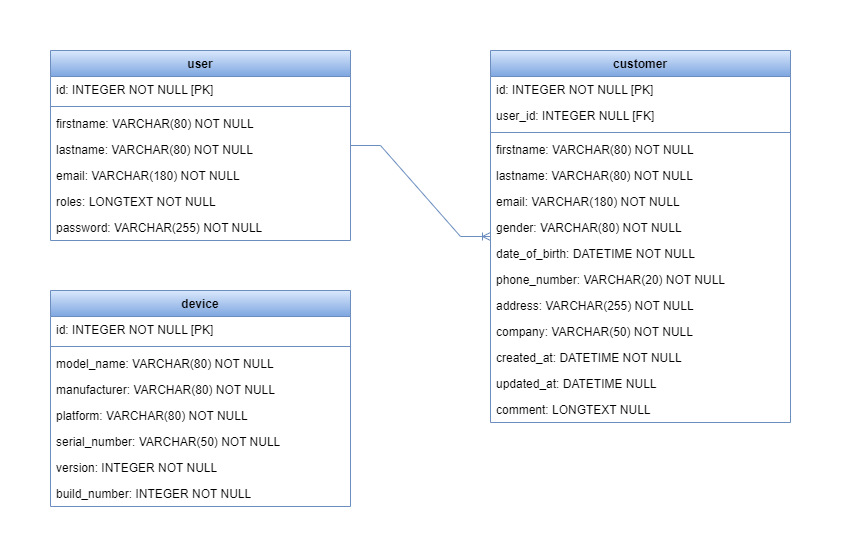
This is diagrams/UML-MDP.png from lau-last/BileMo, a draw.io export, as it was before one commit. Source tidied: cells renumbered, new cells last; positions are measured from the earlier drawing's top-left corner, leaving out a move shared by most shapes.
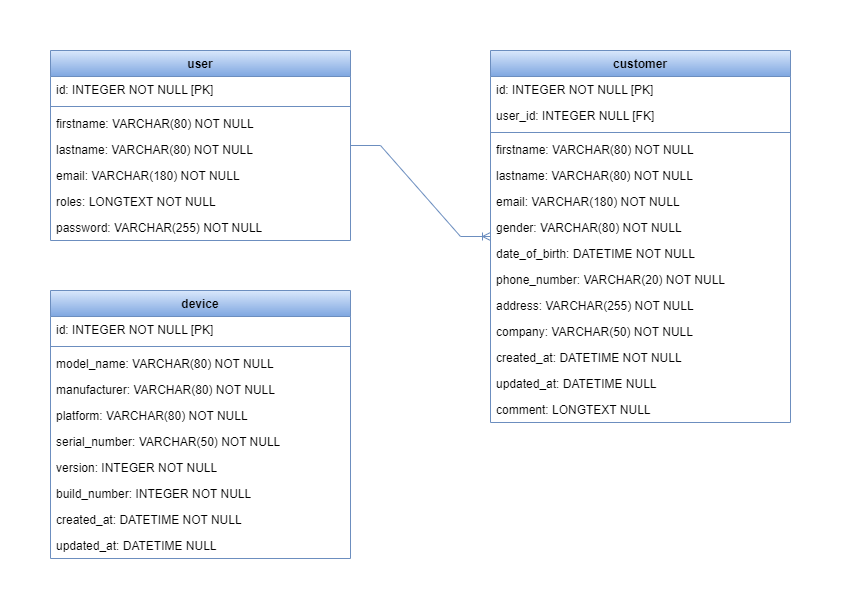
The same diagram one commit later.

What changed in the source:
```diff
@@ -72,7 +72,7 @@
       <mxGeometry y="346" width="300" height="26" as="geometry" />
     </mxCell>
     <mxCell id="25" value="device" style="swimlane;fontStyle=1;align=center;verticalAlign=top;horizontal=1;startSize=26;whiteSpace=wrap;html=1;fillColor=#dae8fc;gradientColor=#7ea6e0;strokeColor=#6c8ebf;" parent="1" vertex="1">
-      <mxGeometry y="240" width="300" height="216" as="geometry" />
+      <mxGeometry y="240" width="300" height="268" as="geometry" />
     </mxCell>
     <mxCell id="26" value="id: INTEGER NOT NULL [PK]" style="text;strokeColor=none;fillColor=none;align=left;verticalAlign=top;spacingLeft=4;spacingRight=4;overflow=hidden;whiteSpace=wrap;html=1;" parent="25" vertex="1">
       <mxGeometry y="26" width="300" height="26" as="geometry" />
@@ -98,6 +98,12 @@
     <mxCell id="33" value="build_number: INTEGER NOT NULL" style="text;strokeColor=none;fillColor=none;align=left;verticalAlign=top;spacingLeft=4;spacingRight=4;overflow=hidden;whiteSpace=wrap;html=1;" parent="25" vertex="1">
       <mxGeometry y="190" width="300" height="26" as="geometry" />
     </mxCell>
+    <mxCell id="35" value="created_at: DATETIME NOT NULL" style="text;strokeColor=none;fillColor=none;align=left;verticalAlign=top;spacingLeft=4;spacingRight=4;overflow=hidden;whiteSpace=wrap;html=1;" parent="25" vertex="1">
+      <mxGeometry y="216" width="300" height="26" as="geometry" />
+    </mxCell>
+    <mxCell id="36" value="updated_at: DATETIME NULL" style="text;strokeColor=none;fillColor=none;align=left;verticalAlign=top;spacingLeft=4;spacingRight=4;overflow=hidden;whiteSpace=wrap;html=1;" parent="25" vertex="1">
+      <mxGeometry y="242" width="300" height="26" as="geometry" />
+    </mxCell>
     <mxCell id="34" style="edgeStyle=entityRelationEdgeStyle;fontSize=12;html=1;endArrow=ERoneToMany;rounded=0;fillColor=#dae8fc;strokeColor=#6c8ebf;gradientColor=#7ea6e0;" parent="1" edge="1" source="2" target="10">
       <mxGeometry relative="1" as="geometry" />
     </mxCell>
```
